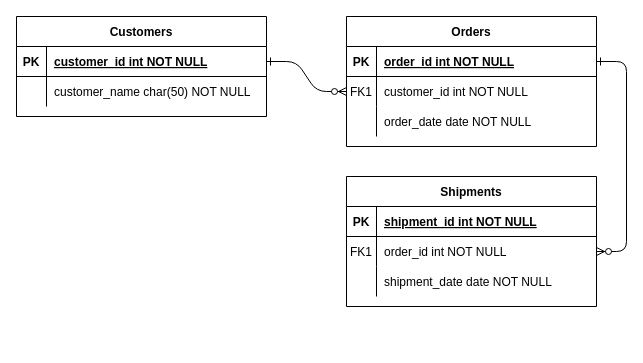
Before: FoodPlanner.drawio in bsNetDev/FoodPlanner, a draw.io diagram. Source tidied: cells renumbered, new cells numbered last; positions are measured from the earlier drawing's top-left corner, leaving out a move shared by most shapes. Both pictures are drawn from the tidied source at 100%, with x=0, y=0 at pixel (16, 16).
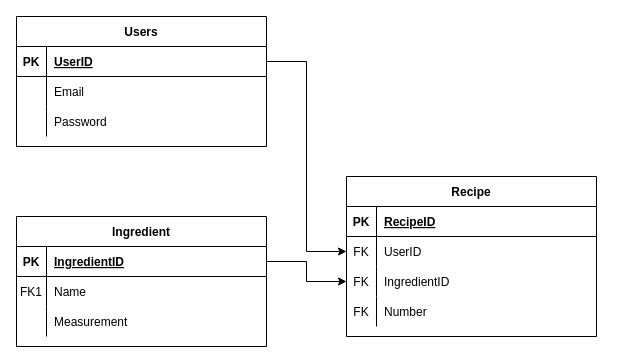
Above is the later version.

Unchanged cells that the change refers to:
```xml
<mxCell id="5" style="shape=partialRectangle;fillColor=none;points=[[0,0.5],[1,0.5]];portConstraint=eastwest;top=0;left=0;right=0;bottom=1;" parent="4" vertex="1">
  <mxGeometry y="30" width="250" height="30" as="geometry" />
</mxCell>
<mxCell id="8" style="shape=partialRectangle;fillColor=none;points=[[0,0.5],[1,0.5]];portConstraint=eastwest;top=0;left=0;right=0;bottom=0;" parent="4" vertex="1">
  <mxGeometry y="60" width="250" height="30" as="geometry" />
</mxCell>
<mxCell id="11" style="shape=partialRectangle;fillColor=none;top=0;left=0;right=0;bottom=0;" parent="4" vertex="1">
  <mxGeometry y="90" width="250" height="30" as="geometry" />
</mxCell>
<mxCell id="15" style="shape=partialRectangle;fillColor=none;top=0;left=0;right=0;bottom=1;" parent="14" vertex="1">
  <mxGeometry y="30" width="250" height="30" as="geometry" />
</mxCell>
<mxCell id="18" style="shape=partialRectangle;fillColor=none;points=[[0,0.5],[1,0.5]];portConstraint=eastwest;top=0;left=0;right=0;bottom=0;" parent="14" vertex="1">
  <mxGeometry y="60" width="250" height="30" as="geometry" />
</mxCell>
<mxCell id="25" style="shape=partialRectangle;fillColor=none;points=[[0,0.5],[1,0.5]];portConstraint=eastwest;top=0;left=0;right=0;bottom=1;" parent="24" vertex="1">
  <mxGeometry y="30" width="250" height="30" as="geometry" />
</mxCell>
```

Change to the diagram source:
```diff
@@
-    <mxCell id="2" style="edgeStyle=entityRelationEdgeStyle;endArrow=ERzeroToMany;startArrow=ERone;endFill=1;startFill=0;" parent="1" edge="1" source="25" target="8">
-      <mxGeometry relative="1" as="geometry" />
-    </mxCell>
-    <mxCell id="3" style="edgeStyle=entityRelationEdgeStyle;endArrow=ERzeroToMany;startArrow=ERone;endFill=1;startFill=0;" parent="1" edge="1" source="5" target="18">
-      <mxGeometry relative="1" as="geometry" />
-    </mxCell>
-    <mxCell id="4" value="Orders" style="shape=table;startSize=30;childLayout=tableLayout;rowLines=0;fontStyle=1;align=center;" parent="1" vertex="1">
-      <mxGeometry x="330" width="250" height="130" as="geometry" />
+    <mxCell id="4" value="Ingredient" style="shape=table;startSize=30;childLayout=tableLayout;rowLines=0;fontStyle=1;align=center;" parent="1" vertex="1">
+      <mxGeometry y="200" width="250" height="130" as="geometry" />
     </mxCell>
@@
-    <mxCell id="7" value="order_id int NOT NULL " style="shape=partialRectangle;overflow=hidden;fillColor=none;top=0;left=0;bottom=0;right=0;align=left;spacingLeft=6;fontStyle=5;" parent="5" vertex="1">
+    <mxCell id="7" value="IngredientID" style="shape=partialRectangle;overflow=hidden;fillColor=none;top=0;left=0;bottom=0;right=0;align=left;spacingLeft=6;fontStyle=5;" parent="5" vertex="1">
       <mxGeometry x="30" width="220" height="30" as="geometry" />
     </mxCell>
@@
-    <mxCell id="10" value="customer_id int NOT NULL" style="shape=partialRectangle;overflow=hidden;fillColor=none;top=0;left=0;bottom=0;right=0;align=left;spacingLeft=6;" parent="8" vertex="1">
+    <mxCell id="10" value="Name" style="shape=partialRectangle;overflow=hidden;fillColor=none;top=0;left=0;bottom=0;right=0;align=left;spacingLeft=6;" parent="8" vertex="1">
       <mxGeometry x="30" width="220" height="30" as="geometry" />
     </mxCell>
@@
-    <mxCell id="13" value="order_date date NOT NULL" style="shape=partialRectangle;overflow=hidden;fillColor=none;top=0;left=0;bottom=0;right=0;align=left;spacingLeft=6;" parent="11" vertex="1">
+    <mxCell id="13" value="Measurement" style="shape=partialRectangle;overflow=hidden;fillColor=none;top=0;left=0;bottom=0;right=0;align=left;spacingLeft=6;" parent="11" vertex="1">
       <mxGeometry x="30" width="220" height="30" as="geometry" />
     </mxCell>
-    <mxCell id="14" value="Shipments" style="shape=table;startSize=30;childLayout=tableLayout;rowLines=0;fontStyle=1;align=center;" parent="1" vertex="1">
-      <mxGeometry x="330" y="160" width="250" height="130" as="geometry" />
+    <mxCell id="14" value="Recipe" style="shape=table;startSize=30;childLayout=tableLayout;rowLines=0;fontStyle=1;align=center;" parent="1" vertex="1">
+      <mxGeometry x="330" y="160" width="250" height="160" as="geometry" />
     </mxCell>
@@
-    <mxCell id="17" value="shipment_id int NOT NULL " style="shape=partialRectangle;overflow=hidden;fillColor=none;top=0;left=0;bottom=0;right=0;align=left;spacingLeft=6;fontStyle=5;" parent="15" vertex="1">
+    <mxCell id="17" value="RecipeID" style="shape=partialRectangle;overflow=hidden;fillColor=none;top=0;left=0;bottom=0;right=0;align=left;spacingLeft=6;fontStyle=5;" parent="15" vertex="1">
       <mxGeometry x="30" width="220" height="30" as="geometry" />
     </mxCell>
@@
-    <mxCell id="19" value="FK1" style="shape=partialRectangle;overflow=hidden;fillColor=none;top=0;left=0;bottom=0;right=0;" parent="18" vertex="1">
+    <mxCell id="19" value="FK" style="shape=partialRectangle;overflow=hidden;fillColor=none;top=0;left=0;bottom=0;right=0;" parent="18" vertex="1">
       <mxGeometry width="30" height="30" as="geometry" />
     </mxCell>
-    <mxCell id="20" value="order_id int NOT NULL" style="shape=partialRectangle;overflow=hidden;fillColor=none;top=0;left=0;bottom=0;right=0;align=left;spacingLeft=6;" parent="18" vertex="1">
+    <mxCell id="20" value="UserID" style="shape=partialRectangle;overflow=hidden;fillColor=none;top=0;left=0;bottom=0;right=0;align=left;spacingLeft=6;" parent="18" vertex="1">
       <mxGeometry x="30" width="220" height="30" as="geometry" />
     </mxCell>
+    <mxCell id="31" style="shape=partialRectangle;fillColor=none;points=[[0,0.5],[1,0.5]];portConstraint=eastwest;top=0;left=0;right=0;bottom=0;" parent="14" vertex="1">
+      <mxGeometry y="90" width="250" height="30" as="geometry" />
+    </mxCell>
+    <mxCell id="32" value="FK" style="shape=partialRectangle;overflow=hidden;fillColor=none;top=0;left=0;bottom=0;right=0;" parent="31" vertex="1">
+      <mxGeometry width="30" height="30" as="geometry" />
+    </mxCell>
+    <mxCell id="33" value="IngredientID" style="shape=partialRectangle;overflow=hidden;fillColor=none;top=0;left=0;bottom=0;right=0;align=left;spacingLeft=6;" parent="31" vertex="1">
+      <mxGeometry x="30" width="220" height="30" as="geometry" />
+    </mxCell>
     <mxCell id="21" style="shape=partialRectangle;fillColor=none;top=0;left=0;right=0;bottom=0;" parent="14" vertex="1">
-      <mxGeometry y="90" width="250" height="30" as="geometry" />
+      <mxGeometry y="120" width="250" height="30" as="geometry" />
     </mxCell>
-    <mxCell id="22" style="shape=partialRectangle;overflow=hidden;fillColor=none;top=0;left=0;bottom=0;right=0;" parent="21" vertex="1">
+    <mxCell id="22" value="FK" style="shape=partialRectangle;overflow=hidden;fillColor=none;top=0;left=0;bottom=0;right=0;" parent="21" vertex="1">
       <mxGeometry width="30" height="30" as="geometry" />
     </mxCell>
-    <mxCell id="23" value="shipment_date date NOT NULL" style="shape=partialRectangle;overflow=hidden;fillColor=none;top=0;left=0;bottom=0;right=0;align=left;spacingLeft=6;" parent="21" vertex="1">
+    <mxCell id="23" value="Number" style="shape=partialRectangle;overflow=hidden;fillColor=none;top=0;left=0;bottom=0;right=0;align=left;spacingLeft=6;" parent="21" vertex="1">
       <mxGeometry x="30" width="220" height="30" as="geometry" />
     </mxCell>
-    <mxCell id="24" value="Customers" style="shape=table;startSize=30;childLayout=tableLayout;rowLines=0;fontStyle=1;align=center;" parent="1" vertex="1">
-      <mxGeometry width="250" height="100" as="geometry" />
+    <mxCell id="24" value="Users" style="shape=table;startSize=30;childLayout=tableLayout;rowLines=0;fontStyle=1;align=center;" parent="1" vertex="1">
+      <mxGeometry width="250" height="130" as="geometry" />
     </mxCell>
@@
-    <mxCell id="27" value="customer_id int NOT NULL " style="shape=partialRectangle;overflow=hidden;fillColor=none;top=0;left=0;bottom=0;right=0;align=left;spacingLeft=6;fontStyle=5;" parent="25" vertex="1">
+    <mxCell id="27" value="UserID" style="shape=partialRectangle;overflow=hidden;fillColor=none;top=0;left=0;bottom=0;right=0;align=left;spacingLeft=6;fontStyle=5;" parent="25" vertex="1">
       <mxGeometry x="30" width="220" height="30" as="geometry" />
     </mxCell>
+    <mxCell id="34" style="shape=partialRectangle;fillColor=none;top=0;left=0;right=0;bottom=0;" parent="24" vertex="1">
+      <mxGeometry y="60" width="250" height="30" as="geometry" />
+    </mxCell>
+    <mxCell id="35" style="shape=partialRectangle;overflow=hidden;fillColor=none;top=0;left=0;bottom=0;right=0;" parent="34" vertex="1">
+      <mxGeometry width="30" height="30" as="geometry" />
+    </mxCell>
+    <mxCell id="36" value="Email" style="shape=partialRectangle;overflow=hidden;fillColor=none;top=0;left=0;bottom=0;right=0;align=left;spacingLeft=6;" parent="34" vertex="1">
+      <mxGeometry x="30" width="220" height="30" as="geometry" />
+    </mxCell>
     <mxCell id="28" style="shape=partialRectangle;fillColor=none;top=0;left=0;right=0;bottom=0;" parent="24" vertex="1">
-      <mxGeometry y="60" width="250" height="30" as="geometry" />
+      <mxGeometry y="90" width="250" height="30" as="geometry" />
     </mxCell>
@@
-    <mxCell id="30" value="customer_name char(50) NOT NULL" style="shape=partialRectangle;overflow=hidden;fillColor=none;top=0;left=0;bottom=0;right=0;align=left;spacingLeft=6;" parent="28" vertex="1">
+    <mxCell id="30" value="Password" style="shape=partialRectangle;overflow=hidden;fillColor=none;top=0;left=0;bottom=0;right=0;align=left;spacingLeft=6;" parent="28" vertex="1">
       <mxGeometry x="30" width="220" height="30" as="geometry" />
     </mxCell>
+    <mxCell id="37" style="edgeStyle=orthogonalEdgeStyle;rounded=0;jettySize=auto;html=1;entryX=0;entryY=0.5;entryDx=0;entryDy=0;" parent="1" edge="1" source="25" target="18">
+      <mxGeometry relative="1" as="geometry" />
+    </mxCell>
+    <mxCell id="38" style="edgeStyle=orthogonalEdgeStyle;rounded=0;jettySize=auto;html=1;entryX=0;entryY=0.5;entryDx=0;entryDy=0;" parent="1" edge="1" source="5" target="31">
+      <mxGeometry relative="1" as="geometry" />
+    </mxCell>
```
